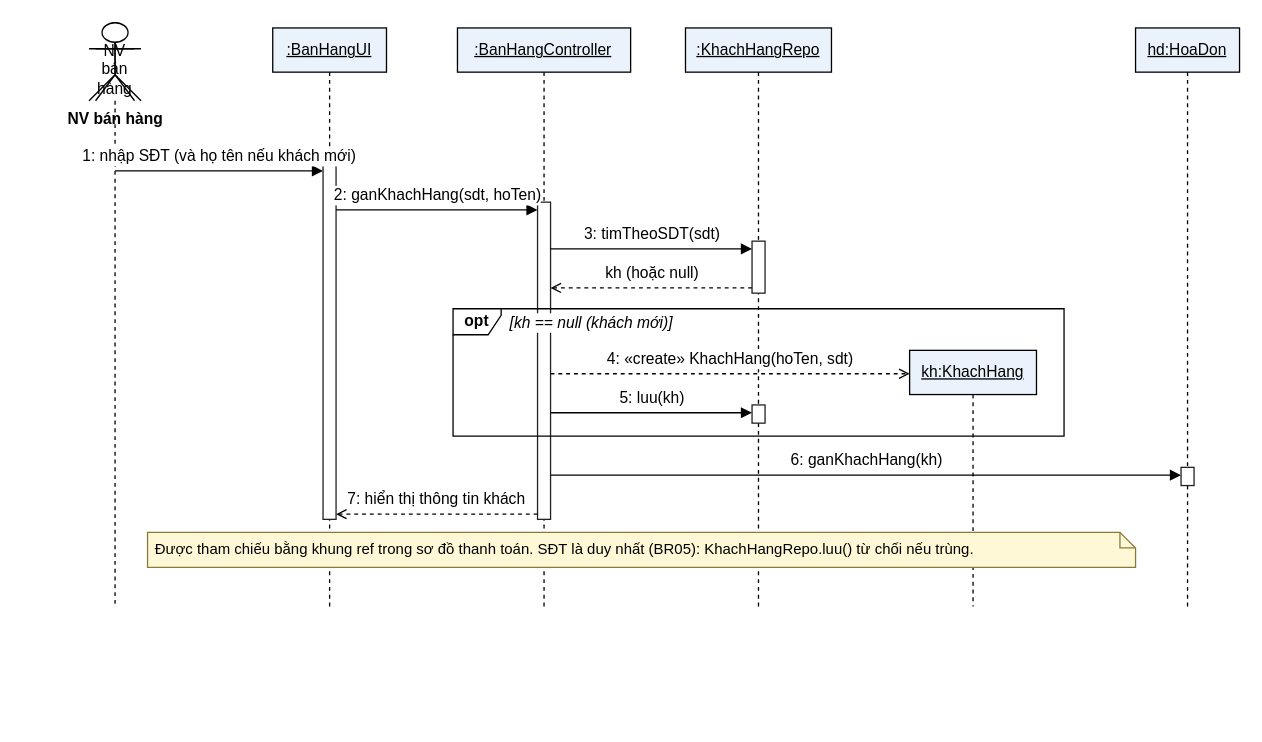
The draw.io diagram SoDo/05b_SD_GhiNhanKhachHang.drawio in trungkien1407/OOP, before the edit. Source tidied: cells renumbered, new cells numbered last; positions are measured from the earlier drawing's top-left corner, leaving out a move shared by most shapes. Both pictures are drawn from the tidied source at 130%, with x=0, y=0 at pixel (72, 22).
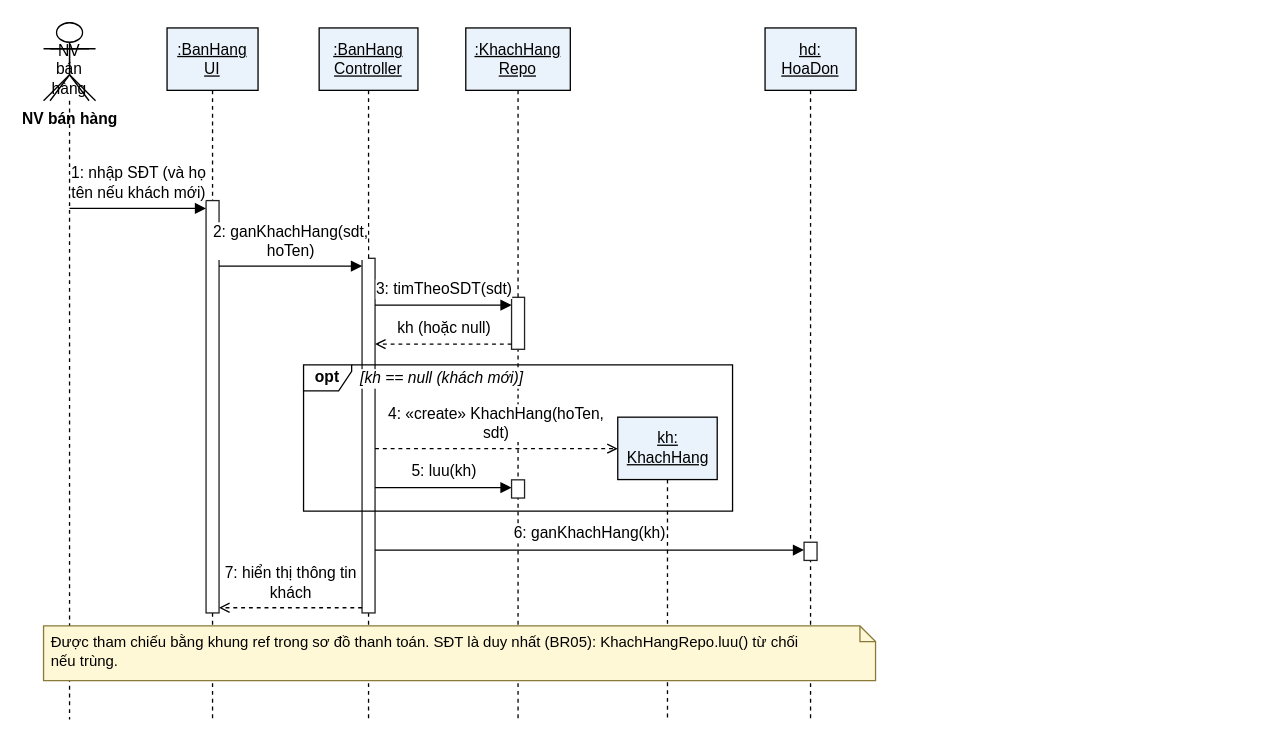
The same diagram, later.

What changed in the source:
```diff
@@
     <mxCell id="2" value="NV bán hàng" style="shape=umlActor;verticalLabelPosition=bottom;verticalAlign=top;html=1;fontStyle=1;fontSize=12;" parent="1" vertex="1">
-      <mxGeometry x="18" width="30" height="60" as="geometry" />
+      <mxGeometry x="-17" width="30" height="60" as="geometry" />
     </mxCell>
     <mxCell id="3" value="NV bán hàng" style="shape=umlLifeline;perimeter=lifelinePerimeter;whiteSpace=wrap;html=1;size=60;fontSize=12;participant=umlActor;verticalAlign=bottom;" parent="1" vertex="1">
-      <mxGeometry x="13" width="40" height="449" as="geometry" />
+      <mxGeometry x="-22" width="40" height="536" as="geometry" />
     </mxCell>
-    <mxCell id="4" value=":BanHangUI" style="shape=umlLifeline;perimeter=lifelinePerimeter;whiteSpace=wrap;html=1;size=34;fontSize=12;fillColor=#EAF2FB;fontStyle=4;" parent="1" vertex="1">
-      <mxGeometry x="154.3" y="4" width="87.5" height="445" as="geometry" />
+    <mxCell id="4" value=":BanHang&lt;br&gt;UI" style="shape=umlLifeline;perimeter=lifelinePerimeter;whiteSpace=wrap;html=1;size=48;fontSize=12;fillColor=#EAF2FB;fontStyle=4;" parent="1" vertex="1">
+      <mxGeometry x="73" y="4" width="70" height="532" as="geometry" />
     </mxCell>
     <mxCell id="5" style="rounded=0;whiteSpace=wrap;html=1;fillColor=#fff;strokeColor=#222;fontSize=13;" parent="1" vertex="1">
-      <mxGeometry x="193" y="108" width="10" height="274" as="geometry" />
+      <mxGeometry x="103" y="136.8" width="10" height="317.2" as="geometry" />
     </mxCell>
-    <mxCell id="6" value=":BanHangController" style="shape=umlLifeline;perimeter=lifelinePerimeter;whiteSpace=wrap;html=1;size=34;fontSize=12;fillColor=#EAF2FB;fontStyle=4;" parent="1" vertex="1">
-      <mxGeometry x="296.4" y="4" width="133.2" height="445" as="geometry" />
+    <mxCell id="6" value=":BanHang&lt;br&gt;Controller" style="shape=umlLifeline;perimeter=lifelinePerimeter;whiteSpace=wrap;html=1;size=48;fontSize=12;fillColor=#EAF2FB;fontStyle=4;" parent="1" vertex="1">
+      <mxGeometry x="190" y="4" width="76" height="532" as="geometry" />
     </mxCell>
     <mxCell id="7" style="rounded=0;whiteSpace=wrap;html=1;fillColor=#fff;strokeColor=#222;fontSize=13;" parent="1" vertex="1">
-      <mxGeometry x="358" y="138" width="10" height="244" as="geometry" />
+      <mxGeometry x="223" y="181.2" width="10" height="272.8" as="geometry" />
     </mxCell>
-    <mxCell id="8" value=":KhachHangRepo" style="shape=umlLifeline;perimeter=lifelinePerimeter;whiteSpace=wrap;html=1;size=34;fontSize=12;fillColor=#EAF2FB;fontStyle=4;" parent="1" vertex="1">
-      <mxGeometry x="471.8" y="4" width="112.3" height="445" as="geometry" />
+    <mxCell id="8" value=":KhachHang&lt;br&gt;Repo" style="shape=umlLifeline;perimeter=lifelinePerimeter;whiteSpace=wrap;html=1;size=48;fontSize=12;fillColor=#EAF2FB;fontStyle=4;" parent="1" vertex="1">
+      <mxGeometry x="302.8" y="4" width="80.4" height="532" as="geometry" />
     </mxCell>
     <mxCell id="9" style="rounded=0;whiteSpace=wrap;html=1;fillColor=#fff;strokeColor=#222;fontSize=13;" parent="1" vertex="1">
-      <mxGeometry x="523" y="168" width="10" height="40" as="geometry" />
+      <mxGeometry x="338" y="211.2" width="10" height="40" as="geometry" />
     </mxCell>
     <mxCell id="10" style="rounded=0;whiteSpace=wrap;html=1;fillColor=#fff;strokeColor=#222;fontSize=13;" parent="1" vertex="1">
-      <mxGeometry x="523" y="294" width="10" height="14" as="geometry" />
+      <mxGeometry x="338" y="351.6" width="10" height="14" as="geometry" />
     </mxCell>
-    <mxCell id="11" value="kh:KhachHang" style="shape=umlLifeline;perimeter=lifelinePerimeter;whiteSpace=wrap;html=1;size=34;fontSize=12;fillColor=#EAF2FB;fontStyle=4;" parent="1" vertex="1">
-      <mxGeometry x="644.2" y="252" width="97.6" height="197" as="geometry" />
+    <mxCell id="11" value="kh:&lt;br&gt;KhachHang" style="shape=umlLifeline;perimeter=lifelinePerimeter;whiteSpace=wrap;html=1;size=48;fontSize=12;fillColor=#EAF2FB;fontStyle=4;" parent="1" vertex="1">
+      <mxGeometry x="419.7" y="303.4" width="76.5" height="232.6" as="geometry" />
     </mxCell>
     <mxCell id="12" style="rounded=0;whiteSpace=wrap;html=1;fillColor=#fff;strokeColor=#222;fontSize=13;" parent="1" vertex="1">
-      <mxGeometry x="688" y="286" width="10" height="-10" as="geometry" />
+      <mxGeometry x="453" y="351.8" width="10" height="-18.2" as="geometry" />
     </mxCell>
-    <mxCell id="13" value="hd:HoaDon" style="shape=umlLifeline;perimeter=lifelinePerimeter;whiteSpace=wrap;html=1;size=34;fontSize=12;fillColor=#EAF2FB;fontStyle=4;" parent="1" vertex="1">
-      <mxGeometry x="818" y="4" width="80" height="445" as="geometry" />
+    <mxCell id="13" value="hd:&lt;br&gt;HoaDon" style="shape=umlLifeline;perimeter=lifelinePerimeter;whiteSpace=wrap;html=1;size=48;fontSize=12;fillColor=#EAF2FB;fontStyle=4;" parent="1" vertex="1">
+      <mxGeometry x="533" y="4" width="70" height="532" as="geometry" />
     </mxCell>
     <mxCell id="14" style="rounded=0;whiteSpace=wrap;html=1;fillColor=#fff;strokeColor=#222;fontSize=13;" parent="1" vertex="1">
-      <mxGeometry x="853" y="342" width="10" height="14" as="geometry" />
+      <mxGeometry x="563" y="399.6" width="10" height="14" as="geometry" />
     </mxCell>
     <mxCell id="15" style="html=1;rounded=0;endArrow=block;endFill=1;startArrow=none;" parent="1" edge="1">
       <mxGeometry relative="1" as="geometry">
-        <mxPoint x="33" y="114" as="sourcePoint" />
-        <mxPoint x="193" y="114" as="targetPoint" />
+        <mxPoint x="-2" y="142.8" as="sourcePoint" />
+        <mxPoint x="103" y="142.8" as="targetPoint" />
       </mxGeometry>
     </mxCell>
-    <mxCell id="16" value="1: nhập SĐT (và họ tên nếu khách mới)" style="text;html=1;align=center;verticalAlign=middle;fontSize=12;spacing=0;labelBackgroundColor=#ffffff;" parent="1" vertex="1">
-      <mxGeometry x="0.3" y="93.5" width="225.4" height="19" as="geometry" />
+    <mxCell id="16" value="1: nhập SĐT (và họ&lt;br&gt;tên nếu khách mới)" style="text;html=1;align=center;verticalAlign=middle;fontSize=12;spacing=0;labelBackgroundColor=#ffffff;" parent="1" vertex="1">
+      <mxGeometry x="-7.4" y="106.4" width="115.9" height="34" as="geometry" />
     </mxCell>
     <mxCell id="17" style="html=1;rounded=0;endArrow=block;endFill=1;startArrow=none;" parent="1" edge="1">
       <mxGeometry relative="1" as="geometry">
-        <mxPoint x="203" y="144" as="sourcePoint" />
-        <mxPoint x="358" y="144" as="targetPoint" />
+        <mxPoint x="113" y="187.2" as="sourcePoint" />
+        <mxPoint x="223" y="187.2" as="targetPoint" />
       </mxGeometry>
     </mxCell>
-    <mxCell id="18" value="2: ganKhachHang(sdt, hoTen)" style="text;html=1;align=center;verticalAlign=middle;fontSize=12;spacing=0;labelBackgroundColor=#ffffff;" parent="1" vertex="1">
-      <mxGeometry x="193.6" y="123.5" width="173.8" height="19" as="geometry" />
+    <mxCell id="18" value="2: ganKhachHang(sdt,&lt;br&gt;hoTen)" style="text;html=1;align=center;verticalAlign=middle;fontSize=12;spacing=0;labelBackgroundColor=#ffffff;" parent="1" vertex="1">
+      <mxGeometry x="102.1" y="150.8" width="131.8" height="34" as="geometry" />
     </mxCell>
     <mxCell id="19" style="html=1;rounded=0;endArrow=block;endFill=1;startArrow=none;" parent="1" edge="1">
       <mxGeometry relative="1" as="geometry">
-        <mxPoint x="368" y="174" as="sourcePoint" />
-        <mxPoint x="523" y="174" as="targetPoint" />
+        <mxPoint x="233" y="217.2" as="sourcePoint" />
+        <mxPoint x="338" y="217.2" as="targetPoint" />
       </mxGeometry>
     </mxCell>
     <mxCell id="20" value="3: timTheoSDT(sdt)" style="text;html=1;align=center;verticalAlign=middle;fontSize=12;spacing=0;labelBackgroundColor=#ffffff;" parent="1" vertex="1">
-      <mxGeometry x="384.2" y="153.5" width="122.6" height="19" as="geometry" />
+      <mxGeometry x="224.2" y="195.5" width="122.6" height="19" as="geometry" />
     </mxCell>
     <mxCell id="21" style="html=1;rounded=0;endArrow=open;endFill=0;startArrow=none;dashed=1;" parent="1" edge="1">
       <mxGeometry relative="1" as="geometry">
-        <mxPoint x="523" y="204" as="sourcePoint" />
-        <mxPoint x="368" y="204" as="targetPoint" />
+        <mxPoint x="338" y="247.2" as="sourcePoint" />
+        <mxPoint x="233" y="247.2" as="targetPoint" />
       </mxGeometry>
     </mxCell>
     <mxCell id="22" value="kh (hoặc null)" style="text;html=1;align=center;verticalAlign=middle;fontSize=12;spacing=0;labelBackgroundColor=#ffffff;" parent="1" vertex="1">
-      <mxGeometry x="403.8" y="183.5" width="83.4" height="19" as="geometry" />
+      <mxGeometry x="243.8" y="225.5" width="83.4" height="19" as="geometry" />
     </mxCell>
     <mxCell id="23" style="html=1;rounded=0;endArrow=open;endFill=0;startArrow=none;dashed=1;" parent="1" edge="1">
       <mxGeometry relative="1" as="geometry">
-        <mxPoint x="368" y="270" as="sourcePoint" />
-        <mxPoint x="644.2" y="270" as="targetPoint" />
+        <mxPoint x="233" y="327.6" as="sourcePoint" />
+        <mxPoint x="419.7" y="327.6" as="targetPoint" />
       </mxGeometry>
     </mxCell>
-    <mxCell id="24" value="4: «create» KhachHang(hoTen, sdt)" style="text;html=1;align=center;verticalAlign=middle;fontSize=12;spacing=0;labelBackgroundColor=#ffffff;" parent="1" vertex="1">
-      <mxGeometry x="400.9" y="249.5" width="210.4" height="19" as="geometry" />
+    <mxCell id="24" value="4: «create» KhachHang(hoTen,&lt;br&gt;sdt)" style="text;html=1;align=center;verticalAlign=middle;fontSize=12;spacing=0;labelBackgroundColor=#ffffff;" parent="1" vertex="1">
+      <mxGeometry x="234.8" y="291.2" width="183.2" height="34" as="geometry" />
     </mxCell>
     <mxCell id="25" style="html=1;rounded=0;endArrow=block;endFill=1;startArrow=none;" parent="1" edge="1">
       <mxGeometry relative="1" as="geometry">
-        <mxPoint x="368" y="300" as="sourcePoint" />
-        <mxPoint x="523" y="300" as="targetPoint" />
+        <mxPoint x="233" y="357.6" as="sourcePoint" />
+        <mxPoint x="338" y="357.6" as="targetPoint" />
       </mxGeometry>
     </mxCell>
     <mxCell id="26" value="5: luu(kh)" style="text;html=1;align=center;verticalAlign=middle;fontSize=12;spacing=0;labelBackgroundColor=#ffffff;" parent="1" vertex="1">
-      <mxGeometry x="415.5" y="279.5" width="60" height="19" as="geometry" />
+      <mxGeometry x="255.5" y="335.9" width="60" height="19" as="geometry" />
     </mxCell>
     <mxCell id="27" style="html=1;rounded=0;endArrow=block;endFill=1;startArrow=none;" parent="1" edge="1">
       <mxGeometry relative="1" as="geometry">
-        <mxPoint x="368" y="348" as="sourcePoint" />
-        <mxPoint x="853" y="348" as="targetPoint" />
+        <mxPoint x="233" y="405.6" as="sourcePoint" />
+        <mxPoint x="563" y="405.6" as="targetPoint" />
       </mxGeometry>
     </mxCell>
     <mxCell id="28" value="6: ganKhachHang(kh)" style="text;html=1;align=center;verticalAlign=middle;fontSize=12;spacing=0;labelBackgroundColor=#ffffff;" parent="1" vertex="1">
-      <mxGeometry x="547.9" y="327.5" width="125.2" height="19" as="geometry" />
+      <mxGeometry x="335.4" y="383.9" width="125.2" height="19" as="geometry" />
     </mxCell>
     <mxCell id="29" style="html=1;rounded=0;endArrow=open;endFill=0;startArrow=none;dashed=1;" parent="1" edge="1">
       <mxGeometry relative="1" as="geometry">
-        <mxPoint x="358" y="378" as="sourcePoint" />
-        <mxPoint x="203" y="378" as="targetPoint" />
+        <mxPoint x="223" y="450" as="sourcePoint" />
+        <mxPoint x="113" y="450" as="targetPoint" />
       </mxGeometry>
     </mxCell>
-    <mxCell id="30" value="7: hiển thị thông tin khách" style="text;html=1;align=center;verticalAlign=middle;fontSize=12;spacing=0;labelBackgroundColor=#ffffff;" parent="1" vertex="1">
-      <mxGeometry x="199" y="357.5" width="162.9" height="19" as="geometry" />
+    <mxCell id="30" value="7: hiển thị thông tin&lt;br&gt;khách" style="text;html=1;align=center;verticalAlign=middle;fontSize=12;spacing=0;labelBackgroundColor=#ffffff;" parent="1" vertex="1">
+      <mxGeometry x="104.8" y="413.6" width="126.3" height="34" as="geometry" />
     </mxCell>
-    <mxCell id="31" value="Được tham chiếu bằng khung ref trong sơ đồ thanh toán. SĐT là duy nhất (BR05): KhachHangRepo.luu() từ chối nếu trùng." style="shape=note;whiteSpace=wrap;html=1;size=12;align=left;verticalAlign=top;spacingLeft=4;fillColor=#FFF8D6;strokeColor=#8a7a3a;fontSize=11.5;" parent="1" vertex="1">
-      <mxGeometry x="58" y="392" width="760" height="27" as="geometry" />
+    <mxCell id="31" value="Được tham chiếu bằng khung ref trong sơ đồ thanh toán. SĐT là duy nhất (BR05): KhachHangRepo.luu() từ chối&lt;br&gt;nếu trùng." style="shape=note;whiteSpace=wrap;html=1;size=12;align=left;verticalAlign=top;spacingLeft=4;fillColor=#FFF8D6;strokeColor=#8a7a3a;fontSize=11.5;" parent="1" vertex="1">
+      <mxGeometry x="-22" y="464" width="640" height="42" as="geometry" />
     </mxCell>
     <mxCell id="32" value="opt" style="shape=umlFrame;whiteSpace=wrap;html=1;width=37;height=20;fillColor=none;fontStyle=1;" parent="1" vertex="1">
-      <mxGeometry x="293" y="220" width="470" height="98" as="geometry" />
+      <mxGeometry x="178" y="263.2" width="330" height="112.4" as="geometry" />
     </mxCell>
     <mxCell id="33" value="[kh == null (khách mới)]" style="text;html=1;align=left;verticalAlign=middle;fontSize=12;spacing=0;fontStyle=2;labelBackgroundColor=#ffffff;" parent="1" vertex="1">
-      <mxGeometry x="336.8" y="221.5" width="138.7" height="19" as="geometry" />
+      <mxGeometry x="221.8" y="264.7" width="138.7" height="19" as="geometry" />
     </mxCell>
```
